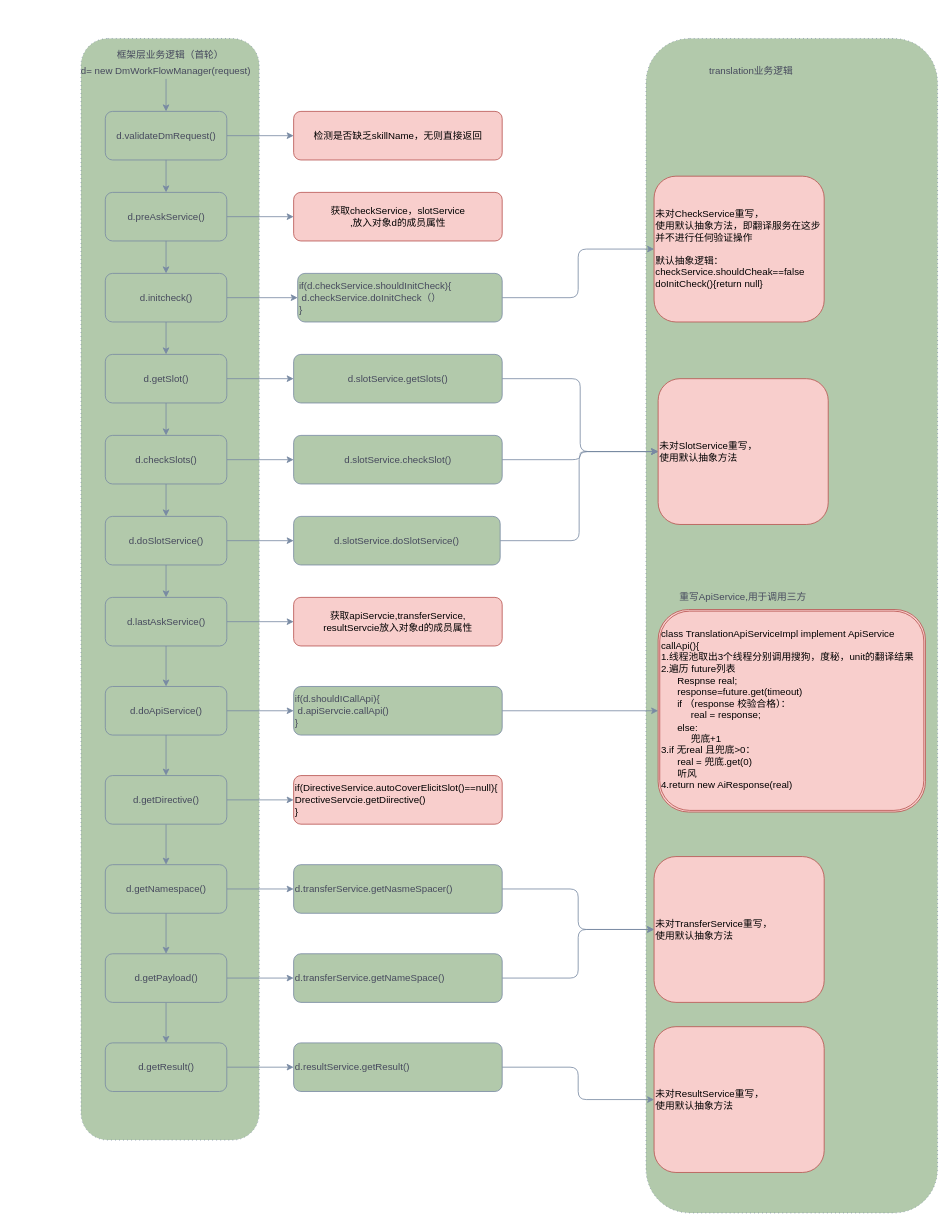
xiujianhua/java_deep_study keeps this draw.io diagram as mybatis/未命名绘图.drawio. Above is the earlier version. Source tidied: cells renumbered, new cells numbered last; positions are measured from the earlier drawing's top-left corner, leaving out a move shared by most shapes. Both pictures are drawn from the tidied source at 81%, with x=0, y=0 at pixel (38, 38).
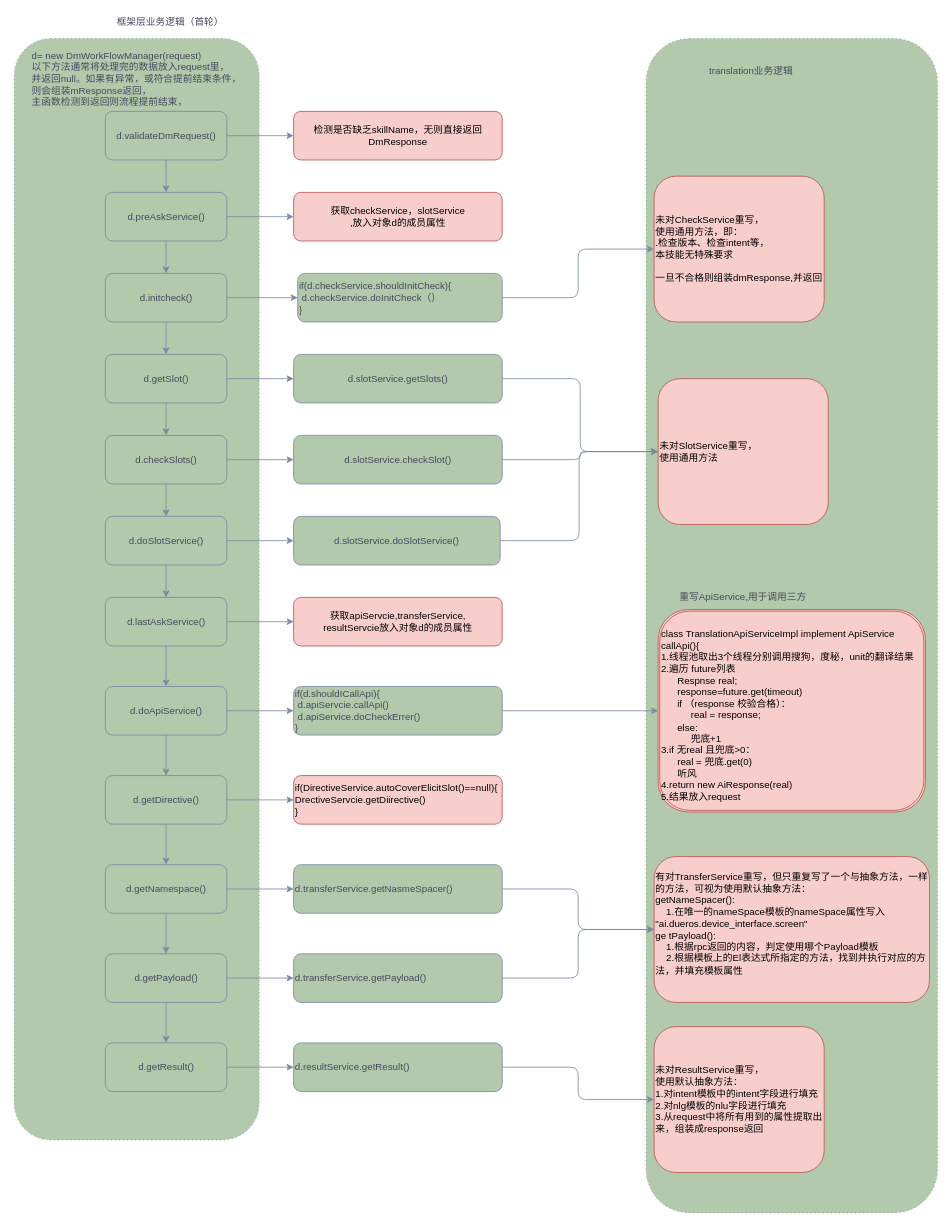
After the change.

Commit message:
更新未命名绘图.drawio

Unchanged cells that the change refers to:
```xml
<mxCell id="5" value="d.validateDmRequest()" style="rounded=1;whiteSpace=wrap;html=1;fillColor=#B2C9AB;strokeColor=#788AA3;fontColor=#46495D;" parent="1" vertex="1">
  <mxGeometry x="82.5" y="90" width="150" height="60" as="geometry" />
</mxCell>
```

Diff of the diagram source:
```diff
@@
     <mxCell id="3" style="shape=ext;rounded=1;html=1;whiteSpace=wrap;dashed=1;dashPattern=1 4;fillColor=#B2C9AB;strokeColor=#788AA3;fontColor=#46495D;" parent="1" vertex="1">
-      <mxGeometry x="52.5" width="220" height="1360" as="geometry" />
+      <mxGeometry x="-30" width="302.5" height="1360" as="geometry" />
     </mxCell>
@@
-    <mxCell id="34" style="edgeStyle=orthogonalEdgeStyle;rounded=0;jettySize=auto;html=1;strokeColor=#788AA3;fontColor=#46495D;" parent="1" edge="1" source="35" target="5">
-      <mxGeometry relative="1" as="geometry" />
-    </mxCell>
-    <mxCell id="35" value="d= new DmWorkFlowManager(request)" style="text;html=1;strokeColor=none;fillColor=none;align=center;verticalAlign=middle;whiteSpace=wrap;rounded=0;fontColor=#46495D;" parent="1" vertex="1">
-      <mxGeometry y="30" width="315" height="20" as="geometry" />
+    <mxCell id="35" value="d= new DmWorkFlowManager(request)&lt;br&gt;以下方法通常将处理完的数据放入request里，&lt;br&gt;并返回null。如果有异常，或符合提前结束条件，&lt;br&gt;则会组装mResponse返回，&lt;br&gt;主函数检测到返回则流程提前结束，" style="text;html=1;strokeColor=none;fillColor=none;align=left;verticalAlign=middle;whiteSpace=wrap;rounded=0;fontColor=#46495D;" parent="1" vertex="1">
+      <mxGeometry x="-10" y="40" width="315" height="20" as="geometry" />
     </mxCell>
@@
     <mxCell id="38" value="框架层业务逻辑（首轮）" style="text;html=1;strokeColor=none;fillColor=none;align=center;verticalAlign=middle;whiteSpace=wrap;rounded=0;fontColor=#46495D;" parent="1" vertex="1">
-      <mxGeometry x="87.5" y="10" width="150" height="20" as="geometry" />
+      <mxGeometry x="87.5" y="-30" width="150" height="20" as="geometry" />
     </mxCell>
-    <mxCell id="39" value="检测是否缺乏skillName，无则直接返回" style="rounded=1;whiteSpace=wrap;html=1;fillColor=#f8cecc;strokeColor=#b85450;" parent="1" vertex="1">
+    <mxCell id="39" value="检测是否缺乏skillName，无则直接返回DmResponse" style="rounded=1;whiteSpace=wrap;html=1;fillColor=#f8cecc;strokeColor=#b85450;" parent="1" vertex="1">
       <mxGeometry x="315" y="90" width="257.5" height="60" as="geometry" />
     </mxCell>
@@
-    <mxCell id="54" value="if(d.shouldICallApi){&lt;br&gt;&amp;nbsp;d.apiServcie.callApi()&lt;br&gt;}" style="rounded=1;whiteSpace=wrap;html=1;align=left;fillColor=#B2C9AB;strokeColor=#788AA3;fontColor=#46495D;" parent="1" vertex="1">
+    <mxCell id="54" value="if(d.shouldICallApi){&lt;br&gt;&amp;nbsp;d.apiServcie.callApi()&lt;br&gt;&amp;nbsp;d.apiService.doCheckErrer()&lt;br&gt;}" style="rounded=1;whiteSpace=wrap;html=1;align=left;fillColor=#B2C9AB;strokeColor=#788AA3;fontColor=#46495D;" parent="1" vertex="1">
       <mxGeometry x="315" y="800" width="257.5" height="60" as="geometry" />
     </mxCell>
@@
-    <mxCell id="59" value="d.transferService.getNameSpace()" style="rounded=1;whiteSpace=wrap;html=1;align=left;fillColor=#B2C9AB;strokeColor=#788AA3;fontColor=#46495D;" parent="1" vertex="1">
+    <mxCell id="59" value="d.transferService.getPayload()" style="rounded=1;whiteSpace=wrap;html=1;align=left;fillColor=#B2C9AB;strokeColor=#788AA3;fontColor=#46495D;" parent="1" vertex="1">
       <mxGeometry x="315" y="1130" width="257.5" height="60" as="geometry" />
     </mxCell>
@@
-    <mxCell id="62" value="&lt;br&gt;class TranslationApiServiceImpl implement ApiService&lt;br&gt;callApi(){&lt;br&gt;1.线程池取出3个线程分别调用搜狗，度秘，unit的翻译结果&lt;br&gt;2.遍历 future列表&lt;br&gt;&amp;nbsp; &amp;nbsp; &amp;nbsp; Respnse real;&lt;br&gt;&amp;nbsp; &amp;nbsp; &amp;nbsp; response=future.get(timeout)&lt;br&gt;&amp;nbsp; &amp;nbsp; &amp;nbsp; if （response 校验合格）：&lt;br&gt;&amp;nbsp; &amp;nbsp; &amp;nbsp; &amp;nbsp; &amp;nbsp; &amp;nbsp;real = response;&lt;br&gt;&amp;nbsp; &amp;nbsp; &amp;nbsp; else:&lt;br&gt;&amp;nbsp; &amp;nbsp; &amp;nbsp; &amp;nbsp; &amp;nbsp; &amp;nbsp;兜底+1&lt;br&gt;3.if 无real 且兜底&amp;gt;0：&lt;br&gt;&amp;nbsp; &amp;nbsp; &amp;nbsp; real = 兜底.get(0)&lt;br&gt;&amp;nbsp; &amp;nbsp; &amp;nbsp; 听风&lt;br&gt;4.return new AiResponse(real)&lt;br&gt;&amp;nbsp; &amp;nbsp; &amp;nbsp;&amp;nbsp;&lt;br&gt;&amp;nbsp; &amp;nbsp; &amp;nbsp; &amp;nbsp;&lt;br&gt;&lt;br&gt;" style="shape=ext;double=1;rounded=1;whiteSpace=wrap;html=1;align=left;verticalAlign=top;fillColor=#f8cecc;strokeColor=#b85450;" parent="1" vertex="1">
+    <mxCell id="62" value="&lt;br&gt;class TranslationApiServiceImpl implement ApiService&lt;br&gt;callApi(){&lt;br&gt;1.线程池取出3个线程分别调用搜狗，度秘，unit的翻译结果&lt;br&gt;2.遍历 future列表&lt;br&gt;&amp;nbsp; &amp;nbsp; &amp;nbsp; Respnse real;&lt;br&gt;&amp;nbsp; &amp;nbsp; &amp;nbsp; response=future.get(timeout)&lt;br&gt;&amp;nbsp; &amp;nbsp; &amp;nbsp; if （response 校验合格）：&lt;br&gt;&amp;nbsp; &amp;nbsp; &amp;nbsp; &amp;nbsp; &amp;nbsp; &amp;nbsp;real = response;&lt;br&gt;&amp;nbsp; &amp;nbsp; &amp;nbsp; else:&lt;br&gt;&amp;nbsp; &amp;nbsp; &amp;nbsp; &amp;nbsp; &amp;nbsp; &amp;nbsp;兜底+1&lt;br&gt;3.if 无real 且兜底&amp;gt;0：&lt;br&gt;&amp;nbsp; &amp;nbsp; &amp;nbsp; real = 兜底.get(0)&lt;br&gt;&amp;nbsp; &amp;nbsp; &amp;nbsp; 听风&lt;br&gt;4.return new AiResponse(real)&lt;br&gt;5.结果放入request&lt;br&gt;&amp;nbsp; &amp;nbsp; &amp;nbsp;&amp;nbsp;&lt;br&gt;&amp;nbsp; &amp;nbsp; &amp;nbsp; &amp;nbsp;&lt;br&gt;" style="shape=ext;double=1;rounded=1;whiteSpace=wrap;html=1;align=left;verticalAlign=top;fillColor=#f8cecc;strokeColor=#b85450;" parent="1" vertex="1">
       <mxGeometry x="765" y="705" width="330" height="250" as="geometry" />
     </mxCell>
@@
-    <mxCell id="64" value="未对SlotService重写，&lt;br&gt;使用默认抽象方法" style="rounded=1;whiteSpace=wrap;html=1;align=left;fillColor=#f8cecc;strokeColor=#b85450;" parent="1" vertex="1">
+    <mxCell id="64" value="未对SlotService重写，&lt;br&gt;使用通用方法" style="rounded=1;whiteSpace=wrap;html=1;align=left;fillColor=#f8cecc;strokeColor=#b85450;" parent="1" vertex="1">
       <mxGeometry x="765" y="420" width="210" height="180" as="geometry" />
     </mxCell>
-    <mxCell id="65" value="未对CheckService重写，&lt;br&gt;使用默认抽象方法，即翻译服务在这步并不进行任何验证操作&lt;br&gt;&lt;br&gt;默认抽象逻辑：&lt;br&gt;checkService.shouldCheak==false&lt;br&gt;doInitCheck(){return null}" style="rounded=1;whiteSpace=wrap;html=1;align=left;fillColor=#f8cecc;strokeColor=#b85450;" parent="1" vertex="1">
+    <mxCell id="65" value="未对CheckService重写，&lt;br&gt;使用通用方法，即：&lt;br&gt;.检查版本、检查intent等，&lt;br&gt;本技能无特殊要求&lt;br&gt;&lt;br&gt;一旦不合格则组装dmResponse,并返回" style="rounded=1;whiteSpace=wrap;html=1;align=left;fillColor=#f8cecc;strokeColor=#b85450;" parent="1" vertex="1">
       <mxGeometry x="760" y="170" width="210" height="180" as="geometry" />
     </mxCell>
-    <mxCell id="66" value="未对TransferService重写，&lt;br&gt;使用默认抽象方法" style="rounded=1;whiteSpace=wrap;html=1;align=left;fillColor=#f8cecc;strokeColor=#b85450;" parent="1" vertex="1">
-      <mxGeometry x="760" y="1010" width="210" height="180" as="geometry" />
+    <mxCell id="66" value="有对TransferService重写，但只重复写了一个与抽象方法，一样的方法，可视为使用默认抽象方法：&lt;br&gt;getNameSpacer():&lt;br&gt;&amp;nbsp; &amp;nbsp; 1.在唯一的nameSpace模板的nameSpace属性写入 &quot;ai.dueros.device_interface.screen&quot;&lt;br&gt;ge tPayload():&lt;br&gt;&amp;nbsp; &amp;nbsp; 1.根据rpc返回的内容，判定使用哪个Payload模板&lt;br&gt;&amp;nbsp; &amp;nbsp; 2.根据模板上的El表达式所指定的方法，找到并执行对应的方 法，并填充模板属性&lt;br&gt;&amp;nbsp; &amp;nbsp;&amp;nbsp;" style="rounded=1;whiteSpace=wrap;html=1;align=left;fillColor=#f8cecc;strokeColor=#b85450;" parent="1" vertex="1">
+      <mxGeometry x="760" y="1010" width="340" height="180" as="geometry" />
     </mxCell>
-    <mxCell id="67" value="未对ResultService重写，&lt;br&gt;使用默认抽象方法" style="rounded=1;whiteSpace=wrap;html=1;align=left;fillColor=#f8cecc;strokeColor=#b85450;" parent="1" vertex="1">
+    <mxCell id="67" value="未对ResultService重写，&lt;br&gt;使用默认抽象方法：&lt;br&gt;1.对intent模板中的intent字段进行填充&lt;br&gt;2.对nlg模板的nlu字段进行填充&lt;br&gt;3.从request中将所有用到的属性提取出来，组装成response返回" style="rounded=1;whiteSpace=wrap;html=1;align=left;fillColor=#f8cecc;strokeColor=#b85450;" parent="1" vertex="1">
       <mxGeometry x="760" y="1220" width="210" height="180" as="geometry" />
     </mxCell>
```
